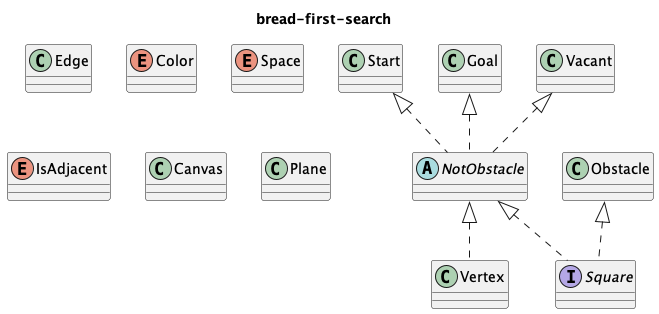
Above: out/class/class.png in ns2pole/mathpro (PlantUML), before the change.
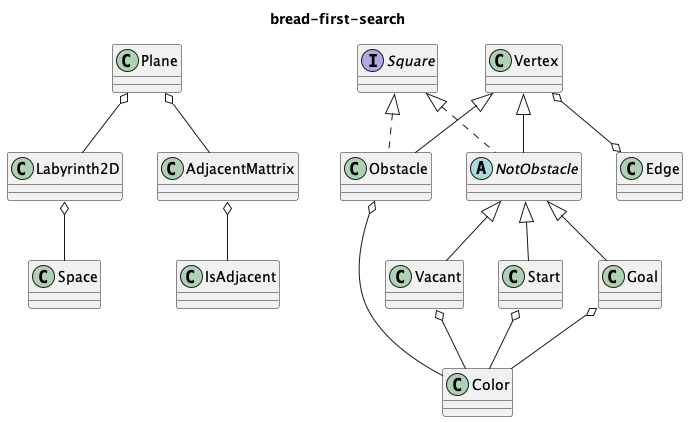
Above is the later version.

Commit message:
クラス図の修正

The edit, as a diff of the source:
```diff
@@ -1,8 +1,18 @@
 @startuml{test.png}
 title bread-first-search
 
+    class Space {
+    }
+
+    class IsAdjacent {
+    }
+
+    class Color {
+    }
+
     class Start {
     }
+
     class Goal {
     }
 
@@ -24,27 +34,28 @@
     interface Square {
     }
 
-    enum Color {
-    }
-
-    enum Space {
-    }
-
-    enum IsAdjacent {
-    }
-
-    class Canvas {
-    }
-
     class Plane {
     }
 
-    Start <|..NotObstacle
-    Goal <|..NotObstacle
-    Vacant <|..NotObstacle
-    NotObstacle <|.. Square
-    Obstacle <|.. Square
-    NotObstacle <|.. Vertex
+    class Labyrinth2D {
+    }
 
+    class AdjacentMattrix
 
+    NotObstacle <|-- Start
+    NotObstacle <|-- Goal
+    NotObstacle <|-- Vacant
+    Square <|.. NotObstacle
+    Square <|.. Obstacle
+    Vertex <|-- NotObstacle
+    Vertex <|-- Obstacle
+    Plane o-- Labyrinth2D
+    Plane o-- AdjacentMattrix
+    Labyrinth2D o-- Space
+    AdjacentMattrix o-- IsAdjacent
+    Obstacle o-- Color
+    Vacant o-- Color
+    Start o-- Color
+    Goal o-- Color
+    Vertex o--o Edge
 @enduml
```
